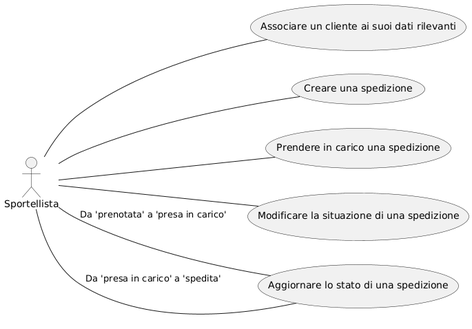
This is report/assets/usecase_recapito_1.png from Zi0LEO/SistemiInformativi, a PlantUML export, as it was before one commit. Its diagram source:
```plantuml
@startuml
left to right direction

actor "Sportellista" as sportellista

usecase "Associare un cliente ai suoi dati rilevanti" as UC1
usecase "Creare una spedizione" as UC5
usecase "Prendere in carico una spedizione" as UC9
usecase "Modificare la situazione di una spedizione" as UC8
usecase "Aggiornare lo stato di una spedizione" as UC10

sportellista -- UC1
sportellista -- UC5
sportellista -- UC9
sportellista -- UC8
sportellista -- UC10 : "Da 'prenotata' a 'presa in carico'"
sportellista -- UC10 : "Da 'presa in carico' a 'spedita'"
@enduml
```
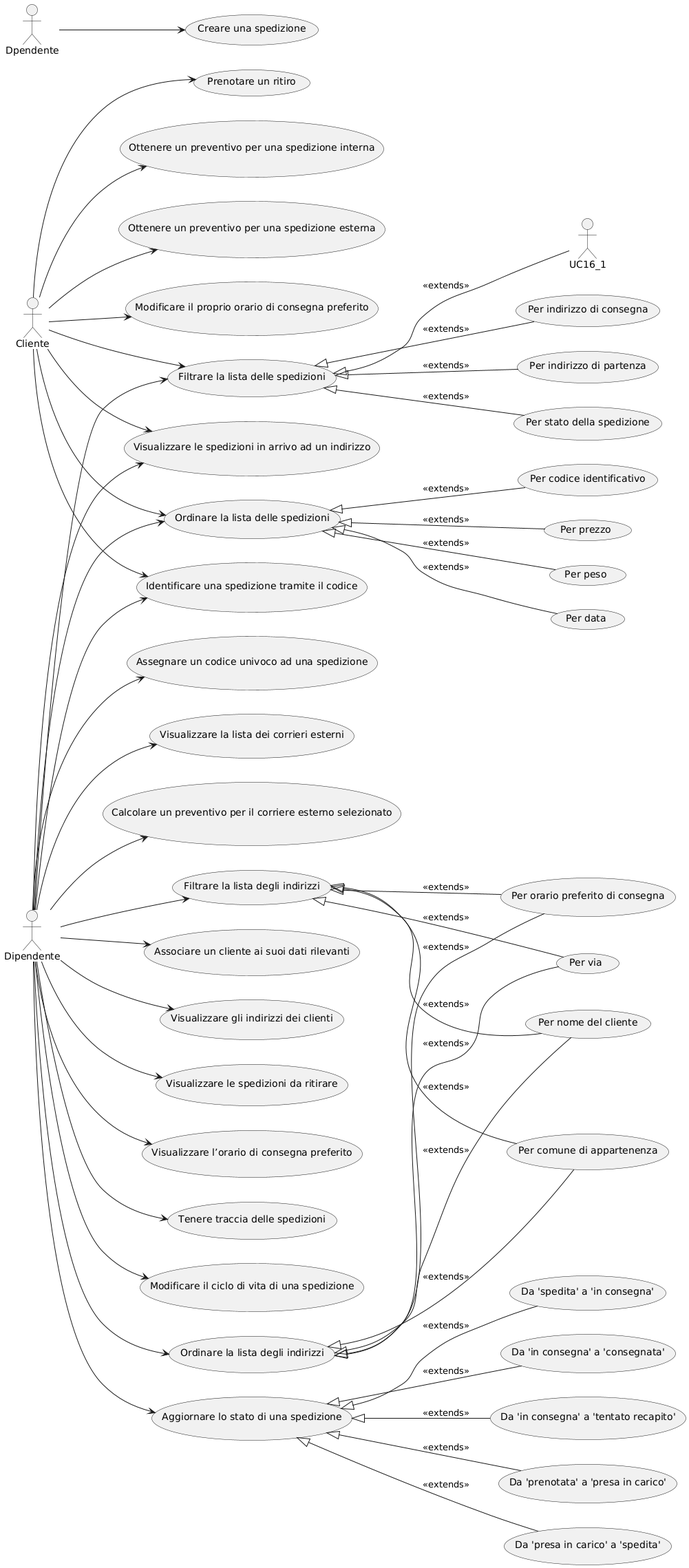
After the commit.

The edit, as a diff of the source:
```diff
@@ -1,18 +1,97 @@
 @startuml
 left to right direction
-
-actor "Sportellista" as sportellista
+actor Cliente
+actor Dipendente
 
 usecase "Associare un cliente ai suoi dati rilevanti" as UC1
+usecase "Visualizzare gli indirizzi dei clienti" as UC2
+usecase "Visualizzare le spedizioni in arrivo ad un indirizzo" as UC3
+usecase "Visualizzare le spedizioni da ritirare" as UC4
 usecase "Creare una spedizione" as UC5
-usecase "Prendere in carico una spedizione" as UC9
-usecase "Modificare la situazione di una spedizione" as UC8
-usecase "Aggiornare lo stato di una spedizione" as UC10
+usecase "Prenotare un ritiro" as UC6
+usecase "Ottenere un preventivo per una spedizione interna" as UC7
+usecase "Ottenere un preventivo per una spedizione esterna" as UC8
+usecase "Visualizzare l’orario di consegna preferito" as UC9
+usecase "Modificare il proprio orario di consegna preferito" as UC10
+usecase "Tenere traccia delle spedizioni" as UC11
+usecase "Modificare il ciclo di vita di una spedizione" as UC12
+usecase "Aggiornare lo stato di una spedizione" as UC13
+usecase "Filtrare la lista degli indirizzi" as UC14
+usecase "Ordinare la lista degli indirizzi" as UC15
+usecase "Filtrare la lista delle spedizioni" as UC16
+usecase "Ordinare la lista delle spedizioni" as UC17
+usecase "Assegnare un codice univoco ad una spedizione" as UC18
+usecase "Identificare una spedizione tramite il codice" as UC19
+usecase "Visualizzare la lista dei corrieri esterni" as UC20
+usecase "Calcolare un preventivo per il corriere esterno selezionato" as UC21
 
-sportellista -- UC1
-sportellista -- UC5
-sportellista -- UC9
-sportellista -- UC8
-sportellista -- UC10 : "Da 'prenotata' a 'presa in carico'"
-sportellista -- UC10 : "Da 'presa in carico' a 'spedita'"
+usecase "Da 'prenotata' a 'presa in carico'" as UC13_1
+usecase "Da 'presa in carico' a 'spedita'" as UC13_2
+usecase "Da 'spedita' a 'in consegna'" as UC13_3
+usecase "Da 'in consegna' a 'consegnata'" as UC13_4
+usecase "Da 'in consegna' a 'tentato recapito'" as UC13_5
+
+usecase "Per comune di appartenenza" as UC14_1
+usecase "Per via" as UC14_2
+usecase "Per nome del cliente" as UC14_3
+usecase "Per orario preferito di consegna" as UC14_4
+
+usecase "Per indirizzo di consegna" as UC16_2
+usecase "Per indirizzo di partenza" as UC16_3
+usecase "Per stato della spedizione" as UC16_4
+
+usecase "Per prezzo" as UC17_1
+usecase "Per peso" as UC17_2
+usecase "Per data" as UC17_3
+usecase "Per codice identificativo" as UC17_4
+
+Dipendente --> UC1
+Dipendente --> UC2
+Dipendente --> UC3
+Cliente --> UC3
+Dipendente --> UC4
+Dpendente --> UC5
+Cliente --> UC6
+Cliente --> UC7
+Cliente --> UC8
+Dipendente --> UC9
+Cliente --> UC10
+Dipendente --> UC11
+Dipendente --> UC12
+Dipendente --> UC13
+Dipendente --> UC14
+Dipendente --> UC15
+Dipendente --> UC16
+Cliente --> UC16
+Dipendente --> UC17
+Cliente --> UC17
+Dipendente --> UC18
+Dipendente --> UC19
+Cliente --> UC19
+Dipendente --> UC20
+Dipendente --> UC21
+
+UC13 <|-- UC13_1: <<extends>>
+UC13 <|-- UC13_2: <<extends>>
+UC13 <|-- UC13_3: <<extends>>
+UC13 <|-- UC13_4: <<extends>>
+UC13 <|-- UC13_5: <<extends>>
+UC14 <|-- UC14_1: <<extends>>
+UC14 <|-- UC14_2: <<extends>>
+UC14 <|-- UC14_3: <<extends>>
+UC14 <|-- UC14_4: <<extends>>
+UC15 <|-- UC14_1: <<extends>>
+UC15 <|-- UC14_2: <<extends>>
+UC15 <|-- UC14_3: <<extends>>
+UC15 <|-- UC14_4: <<extends>>
+
+UC16 <|-- UC16_1 : <<extends>>
+UC16 <|-- UC16_2 : <<extends>>
+UC16 <|-- UC16_3 : <<extends>>
+UC16 <|-- UC16_4 : <<extends>>
+
+UC17 <|-- UC17_1 : <<extends>>
+UC17 <|-- UC17_2 : <<extends>>
+UC17 <|-- UC17_3 : <<extends>>
+UC17 <|-- UC17_4 : <<extends>>
 @enduml
```
